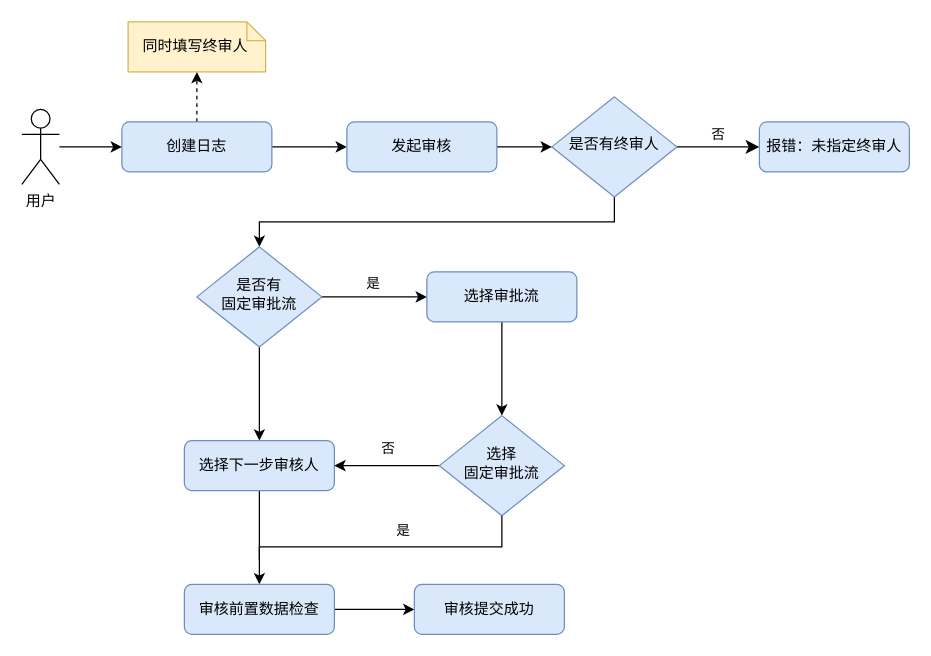
The draw.io diagram audit_flow.drawio in icesyc/diagram, before the edit. Source tidied: cells renumbered, new cells numbered last; positions are measured from the earlier drawing's top-left corner, leaving out a move shared by most shapes. Both pictures are drawn from the tidied source at 125%, with x=0, y=0 at pixel (21, 21).
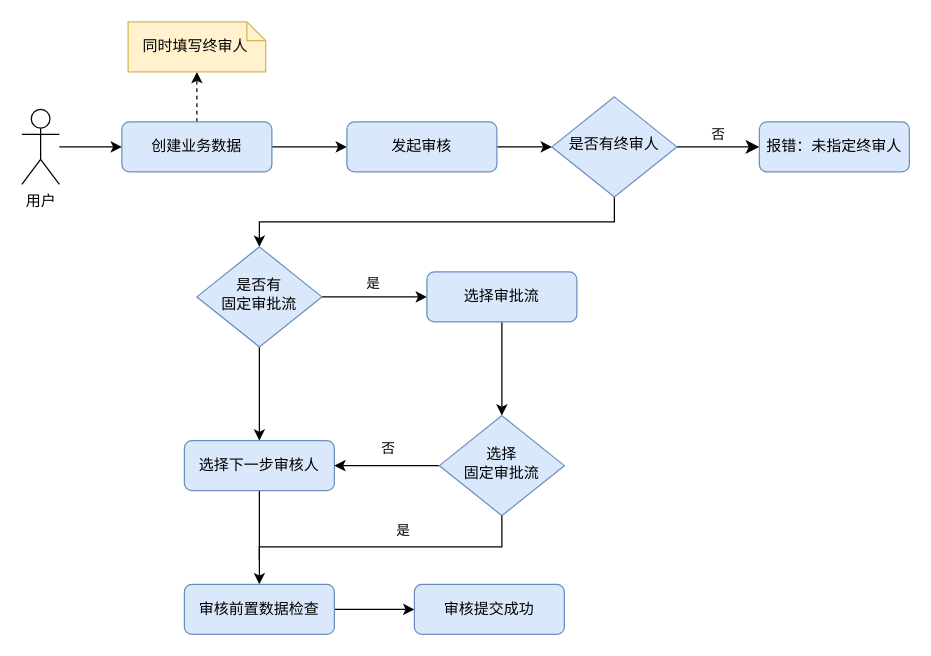
After the change.

Change to the diagram source:
```diff
@@
-    <mxCell id="4" value="创建日志" style="rounded=1;whiteSpace=wrap;html=1;fontSize=12;glass=0;strokeWidth=1;shadow=0;fillColor=#dae8fc;strokeColor=#6c8ebf;" parent="1" vertex="1">
+    <mxCell id="4" value="创建业务数据" style="rounded=1;whiteSpace=wrap;html=1;fontSize=12;glass=0;strokeWidth=1;shadow=0;fillColor=#dae8fc;strokeColor=#6c8ebf;" parent="1" vertex="1">
       <mxGeometry x="80" y="80" width="120" height="40" as="geometry" />
     </mxCell>
```
